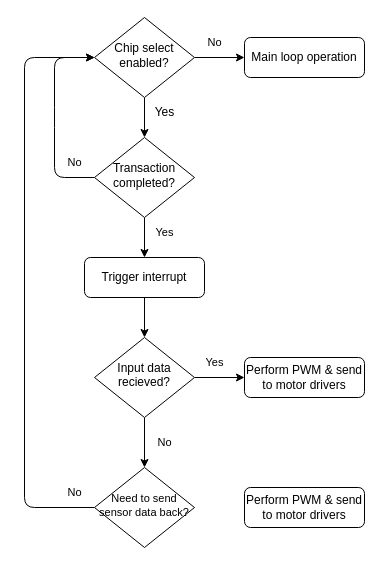
This is test.dio from Kyle-912/HDL, a draw.io file, before an edit. Source tidied: cells renumbered, new cells numbered last; positions are measured from the earlier drawing's top-left corner, leaving out a move shared by most shapes. Both pictures are drawn from the tidied source at 100%, with x=0, y=0 at pixel (24, 17).
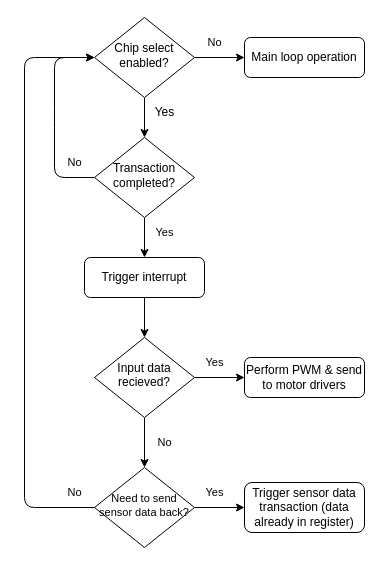
Above is the later version.

Unchanged cells that the change refers to:
```xml
<mxCell id="22" value="&lt;p style=&quot;line-height: 110%;&quot;&gt;&lt;span style=&quot;background-color: initial;&quot;&gt;&lt;font style=&quot;font-size: 11px;&quot;&gt;Need to&amp;nbsp;&lt;/font&gt;&lt;/span&gt;&lt;span style=&quot;background-color: initial;&quot;&gt;&lt;font style=&quot;font-size: 11px;&quot;&gt;send sensor&amp;nbsp;&lt;/font&gt;&lt;/span&gt;&lt;span style=&quot;background-color: initial;&quot;&gt;&lt;font style=&quot;font-size: 11px;&quot;&gt;data&lt;/font&gt;&lt;/span&gt;&lt;span style=&quot;background-color: initial;&quot;&gt;&lt;font style=&quot;font-size: 11px;&quot;&gt;&amp;nbsp;&lt;/font&gt;&lt;/span&gt;&lt;span style=&quot;background-color: initial; font-size: 11px;&quot;&gt;back?&lt;/span&gt;&lt;/p&gt;" style="rhombus;whiteSpace=wrap;html=1;shadow=0;fontFamily=Helvetica;fontSize=12;align=center;strokeWidth=1;spacing=6;spacingTop=-4;" parent="1" vertex="1">
  <mxGeometry x="70" y="450" width="100" height="80" as="geometry" />
</mxCell>
```

Diff of the diagram source:
```diff
@@
+    <mxCell id="25" style="edgeStyle=none;html=1;exitX=1;exitY=0.5;exitDx=0;exitDy=0;entryX=0;entryY=0.5;entryDx=0;entryDy=0;fontSize=11;" parent="1" edge="1" source="22" target="23">
+      <mxGeometry relative="1" as="geometry" />
+    </mxCell>
@@
-    <mxCell id="23" value="Perform PWM &amp;amp; send to motor drivers" style="rounded=1;whiteSpace=wrap;html=1;fontSize=12;glass=0;strokeWidth=1;shadow=0;" parent="1" vertex="1">
-      <mxGeometry x="220" y="470" width="120" height="40" as="geometry" />
+    <mxCell id="23" value="Trigger sensor data transaction (data already in register)" style="rounded=1;whiteSpace=wrap;html=1;fontSize=12;glass=0;strokeWidth=1;shadow=0;" parent="1" vertex="1">
+      <mxGeometry x="220" y="465" width="120" height="50" as="geometry" />
     </mxCell>
@@
+    <mxCell id="26" value="Yes" style="text;html=1;align=center;verticalAlign=middle;strokeColor=none;fillColor=none;fontSize=11;" parent="1" vertex="1">
+      <mxGeometry x="170" y="460" width="40" height="30" as="geometry" />
+    </mxCell>
```
